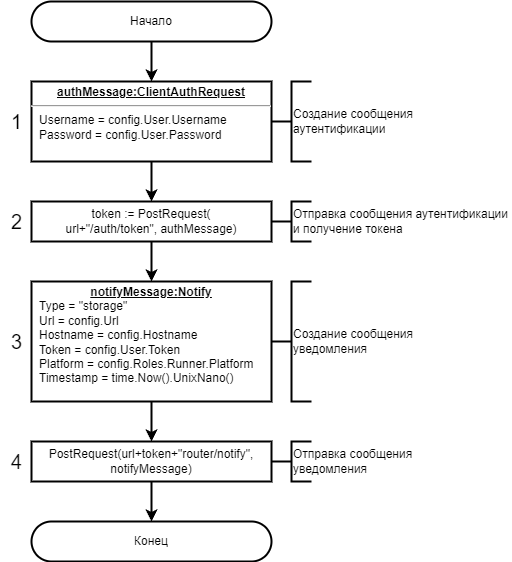
necroin/vss-docs keeps this draw.io diagram as images/algorithm/storage/algorithm-storage-notify-router.drawio.png. Above is the earlier version. Source tidied: cells renumbered, new cells last; positions are measured from the earlier drawing's top-left corner, leaving out a move shared by most shapes. The source it was exported from:
```xml
<mxGraphModel>
  <root>
    <mxCell id="0" />
    <mxCell id="1" parent="0" />
    <mxCell id="2" value="Начало" style="rounded=1;whiteSpace=wrap;html=1;arcSize=50;strokeWidth=2;" parent="1" vertex="1">
      <mxGeometry x="30" width="240" height="40" as="geometry" />
    </mxCell>
    <mxCell id="3" value="token := PostRequest(&lt;br&gt;url+&quot;/auth/token&quot;,&amp;nbsp;&lt;span style=&quot;border-color: var(--border-color);&quot;&gt;authMessage&lt;/span&gt;)" style="rounded=0;whiteSpace=wrap;html=1;strokeWidth=2;" parent="1" vertex="1">
      <mxGeometry x="30" y="200" width="240" height="40" as="geometry" />
    </mxCell>
    <mxCell id="4" style="endArrow=classic;html=1;rounded=0;exitX=0.5;exitY=1;exitDx=0;exitDy=0;entryX=0.5;entryY=0;entryDx=0;entryDy=0;strokeWidth=2;" parent="1" edge="1" source="2" target="9">
      <mxGeometry relative="1" as="geometry" />
    </mxCell>
    <mxCell id="5" style="endArrow=classic;html=1;rounded=0;exitX=0.5;exitY=1;exitDx=0;exitDy=0;entryX=0.5;entryY=0;entryDx=0;entryDy=0;strokeWidth=2;" parent="1" edge="1" source="3" target="11">
      <mxGeometry relative="1" as="geometry" />
    </mxCell>
    <mxCell id="6" value="Конец" style="rounded=1;whiteSpace=wrap;html=1;arcSize=50;strokeWidth=2;" parent="1" vertex="1">
      <mxGeometry x="30" y="520" width="240" height="40" as="geometry" />
    </mxCell>
    <mxCell id="7" value="&lt;div&gt;PostRequest(&lt;span style=&quot;background-color: initial;&quot;&gt;url+token+&quot;router/notify&quot;,&lt;/span&gt;&lt;/div&gt;notifyMessage)&lt;span style=&quot;border-color: var(--border-color);&quot;&gt;&lt;br&gt;&lt;/span&gt;" style="rounded=0;whiteSpace=wrap;html=1;strokeWidth=2;" parent="1" vertex="1">
      <mxGeometry x="30" y="440" width="240" height="40" as="geometry" />
    </mxCell>
    <mxCell id="8" style="endArrow=classic;html=1;rounded=0;exitX=0.5;exitY=1;exitDx=0;exitDy=0;entryX=0.5;entryY=0;entryDx=0;entryDy=0;strokeWidth=2;" parent="1" edge="1" source="7" target="6">
      <mxGeometry relative="1" as="geometry" />
    </mxCell>
    <mxCell id="9" value="&lt;p style=&quot;margin:0px;margin-top:4px;text-align:center;text-decoration:underline;&quot;&gt;&lt;b&gt;authMessage:ClientAuthRequest&lt;/b&gt;&lt;/p&gt;&lt;hr&gt;&lt;p style=&quot;margin:0px;margin-left:8px;&quot;&gt;Username = config.User.Username&lt;br&gt;Password = config.User.Password&lt;br&gt;&lt;/p&gt;" style="verticalAlign=top;align=left;overflow=fill;fontSize=12;fontFamily=Helvetica;html=1;strokeColor=default;strokeWidth=2;fillColor=none;" parent="1" vertex="1">
      <mxGeometry x="30" y="80" width="240" height="80" as="geometry" />
    </mxCell>
    <mxCell id="10" style="endArrow=classic;html=1;rounded=0;exitX=0.5;exitY=1;exitDx=0;exitDy=0;entryX=0.5;entryY=0;entryDx=0;entryDy=0;strokeWidth=2;" parent="1" edge="1" source="9" target="3">
      <mxGeometry relative="1" as="geometry" />
    </mxCell>
    <mxCell id="11" value="&lt;p style=&quot;margin:0px;margin-top:4px;text-align:center;text-decoration:underline;&quot;&gt;&lt;b&gt;notifyMessage:&lt;/b&gt;&lt;b style=&quot;background-color: initial;&quot;&gt;&lt;u&gt;Notify&lt;/u&gt;&lt;/b&gt;&lt;/p&gt;&lt;p style=&quot;margin:0px;margin-left:8px;&quot;&gt;Type = &quot;storage&quot;&lt;/p&gt;&lt;p style=&quot;margin:0px;margin-left:8px;&quot;&gt;&#9;&#9;Url = config.Url&lt;/p&gt;&lt;p style=&quot;margin:0px;margin-left:8px;&quot;&gt;&lt;span style=&quot;&quot;&gt;&#9;&#9;&lt;/span&gt;Hostname = config.Hostname&lt;/p&gt;&lt;p style=&quot;margin:0px;margin-left:8px;&quot;&gt;&lt;span style=&quot;&quot;&gt;&#9;&#9;&lt;/span&gt;Token = config.User.Token&lt;/p&gt;&lt;p style=&quot;margin:0px;margin-left:8px;&quot;&gt;&lt;span style=&quot;&quot;&gt;&#9;&#9;&lt;/span&gt;Platform = config.Roles.Runner.Platform&lt;/p&gt;&lt;p style=&quot;margin:0px;margin-left:8px;&quot;&gt;&lt;span style=&quot;&quot;&gt;&#9;&#9;&lt;/span&gt;Timestamp = time.Now().UnixNano()&lt;/p&gt;" style="verticalAlign=top;align=left;overflow=fill;fontSize=12;fontFamily=Helvetica;html=1;strokeColor=default;strokeWidth=2;fillColor=none;" parent="1" vertex="1">
      <mxGeometry x="30" y="280" width="240" height="120" as="geometry" />
    </mxCell>
    <mxCell id="12" style="endArrow=classic;html=1;rounded=0;exitX=0.5;exitY=1;exitDx=0;exitDy=0;entryX=0.5;entryY=0;entryDx=0;entryDy=0;strokeWidth=2;" parent="1" edge="1" source="11" target="7">
      <mxGeometry relative="1" as="geometry" />
    </mxCell>
    <mxCell id="13" value="2" style="text;html=1;align=center;verticalAlign=middle;strokeColor=none;fillColor=none;fontSize=20;strokeWidth=2;" parent="1" vertex="1">
      <mxGeometry y="200" width="30" height="40" as="geometry" />
    </mxCell>
    <mxCell id="14" value="1" style="text;html=1;align=center;verticalAlign=middle;strokeColor=none;fillColor=none;fontSize=20;strokeWidth=2;" parent="1" vertex="1">
      <mxGeometry y="100" width="30" height="40" as="geometry" />
    </mxCell>
    <mxCell id="15" value="3" style="text;html=1;align=center;verticalAlign=middle;strokeColor=none;fillColor=none;fontSize=20;strokeWidth=2;" parent="1" vertex="1">
      <mxGeometry y="320" width="30" height="40" as="geometry" />
    </mxCell>
    <mxCell id="16" value="4" style="text;html=1;align=center;verticalAlign=middle;strokeColor=none;fillColor=none;fontSize=20;strokeWidth=2;" parent="1" vertex="1">
      <mxGeometry y="440" width="30" height="40" as="geometry" />
    </mxCell>
    <mxCell id="17" style="strokeWidth=2;html=1;shape=mxgraph.flowchart.annotation_2;align=left;labelPosition=right;" parent="1" vertex="1">
      <mxGeometry x="270" y="80" width="40" height="80" as="geometry" />
    </mxCell>
    <mxCell id="18" value="Создание сообщения аутентификации" style="rounded=0;whiteSpace=wrap;html=1;strokeColor=none;fillColor=none;strokeWidth=2;align=left;" parent="1" vertex="1">
      <mxGeometry x="290" y="80" width="140" height="80" as="geometry" />
    </mxCell>
    <mxCell id="19" style="strokeWidth=2;html=1;shape=mxgraph.flowchart.annotation_2;align=left;labelPosition=right;" parent="1" vertex="1">
      <mxGeometry x="270" y="200" width="40" height="40" as="geometry" />
    </mxCell>
    <mxCell id="20" style="strokeWidth=2;html=1;shape=mxgraph.flowchart.annotation_2;align=left;labelPosition=right;" parent="1" vertex="1">
      <mxGeometry x="270" y="440" width="40" height="40" as="geometry" />
    </mxCell>
    <mxCell id="21" value="Отправка сообщения аутентификации и получение токена" style="rounded=0;whiteSpace=wrap;html=1;strokeColor=none;fillColor=none;strokeWidth=2;align=left;" parent="1" vertex="1">
      <mxGeometry x="290" y="200" width="220" height="40" as="geometry" />
    </mxCell>
    <mxCell id="22" value="Отправка сообщения уведомления" style="rounded=0;whiteSpace=wrap;html=1;strokeColor=none;fillColor=none;strokeWidth=2;align=left;" parent="1" vertex="1">
      <mxGeometry x="290" y="440" width="140" height="40" as="geometry" />
    </mxCell>
    <mxCell id="23" style="strokeWidth=2;html=1;shape=mxgraph.flowchart.annotation_2;align=left;labelPosition=right;" parent="1" vertex="1">
      <mxGeometry x="270" y="280" width="40" height="120" as="geometry" />
    </mxCell>
    <mxCell id="24" value="Создание сообщения уведомления" style="rounded=0;whiteSpace=wrap;html=1;strokeColor=none;fillColor=none;strokeWidth=2;align=left;" parent="1" vertex="1">
      <mxGeometry x="290" y="280" width="140" height="120" as="geometry" />
    </mxCell>
  </root>
</mxGraphModel>
```
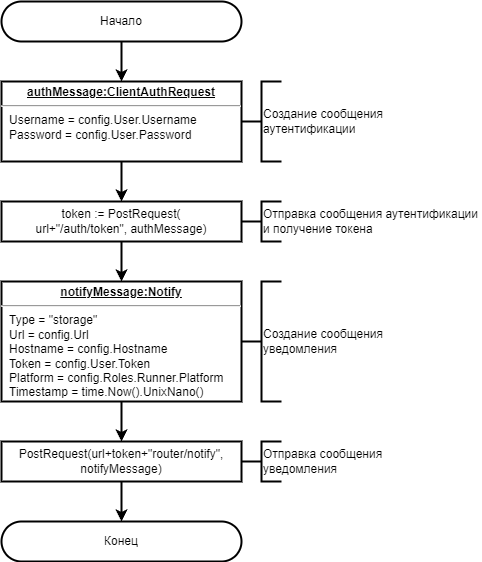
Later version of the same file.

What changed in the source:
```diff
@@ -29,24 +29,9 @@
     <mxCell id="10" style="endArrow=classic;html=1;rounded=0;exitX=0.5;exitY=1;exitDx=0;exitDy=0;entryX=0.5;entryY=0;entryDx=0;entryDy=0;strokeWidth=2;" parent="1" edge="1" source="9" target="3">
       <mxGeometry relative="1" as="geometry" />
     </mxCell>
-    <mxCell id="11" value="&lt;p style=&quot;margin:0px;margin-top:4px;text-align:center;text-decoration:underline;&quot;&gt;&lt;b&gt;notifyMessage:&lt;/b&gt;&lt;b style=&quot;background-color: initial;&quot;&gt;&lt;u&gt;Notify&lt;/u&gt;&lt;/b&gt;&lt;/p&gt;&lt;p style=&quot;margin:0px;margin-left:8px;&quot;&gt;Type = &quot;storage&quot;&lt;/p&gt;&lt;p style=&quot;margin:0px;margin-left:8px;&quot;&gt;&#9;&#9;Url = config.Url&lt;/p&gt;&lt;p style=&quot;margin:0px;margin-left:8px;&quot;&gt;&lt;span style=&quot;&quot;&gt;&#9;&#9;&lt;/span&gt;Hostname = config.Hostname&lt;/p&gt;&lt;p style=&quot;margin:0px;margin-left:8px;&quot;&gt;&lt;span style=&quot;&quot;&gt;&#9;&#9;&lt;/span&gt;Token = config.User.Token&lt;/p&gt;&lt;p style=&quot;margin:0px;margin-left:8px;&quot;&gt;&lt;span style=&quot;&quot;&gt;&#9;&#9;&lt;/span&gt;Platform = config.Roles.Runner.Platform&lt;/p&gt;&lt;p style=&quot;margin:0px;margin-left:8px;&quot;&gt;&lt;span style=&quot;&quot;&gt;&#9;&#9;&lt;/span&gt;Timestamp = time.Now().UnixNano()&lt;/p&gt;" style="verticalAlign=top;align=left;overflow=fill;fontSize=12;fontFamily=Helvetica;html=1;strokeColor=default;strokeWidth=2;fillColor=none;" parent="1" vertex="1">
-      <mxGeometry x="30" y="280" width="240" height="120" as="geometry" />
-    </mxCell>
     <mxCell id="12" style="endArrow=classic;html=1;rounded=0;exitX=0.5;exitY=1;exitDx=0;exitDy=0;entryX=0.5;entryY=0;entryDx=0;entryDy=0;strokeWidth=2;" parent="1" edge="1" source="11" target="7">
       <mxGeometry relative="1" as="geometry" />
     </mxCell>
-    <mxCell id="13" value="2" style="text;html=1;align=center;verticalAlign=middle;strokeColor=none;fillColor=none;fontSize=20;strokeWidth=2;" parent="1" vertex="1">
-      <mxGeometry y="200" width="30" height="40" as="geometry" />
-    </mxCell>
-    <mxCell id="14" value="1" style="text;html=1;align=center;verticalAlign=middle;strokeColor=none;fillColor=none;fontSize=20;strokeWidth=2;" parent="1" vertex="1">
-      <mxGeometry y="100" width="30" height="40" as="geometry" />
-    </mxCell>
-    <mxCell id="15" value="3" style="text;html=1;align=center;verticalAlign=middle;strokeColor=none;fillColor=none;fontSize=20;strokeWidth=2;" parent="1" vertex="1">
-      <mxGeometry y="320" width="30" height="40" as="geometry" />
-    </mxCell>
-    <mxCell id="16" value="4" style="text;html=1;align=center;verticalAlign=middle;strokeColor=none;fillColor=none;fontSize=20;strokeWidth=2;" parent="1" vertex="1">
-      <mxGeometry y="440" width="30" height="40" as="geometry" />
-    </mxCell>
     <mxCell id="17" style="strokeWidth=2;html=1;shape=mxgraph.flowchart.annotation_2;align=left;labelPosition=right;" parent="1" vertex="1">
       <mxGeometry x="270" y="80" width="40" height="80" as="geometry" />
     </mxCell>
@@ -71,5 +56,8 @@
     <mxCell id="24" value="Создание сообщения уведомления" style="rounded=0;whiteSpace=wrap;html=1;strokeColor=none;fillColor=none;strokeWidth=2;align=left;" parent="1" vertex="1">
       <mxGeometry x="290" y="280" width="140" height="120" as="geometry" />
     </mxCell>
+    <mxCell id="11" value="&lt;p style=&quot;margin:0px;margin-top:4px;text-align:center;text-decoration:underline;&quot;&gt;&lt;b style=&quot;border-color: var(--border-color);&quot;&gt;notifyMessage:&lt;/b&gt;&lt;b style=&quot;border-color: var(--border-color); background-color: initial;&quot;&gt;&lt;u style=&quot;border-color: var(--border-color);&quot;&gt;Notify&lt;/u&gt;&lt;/b&gt;&lt;br&gt;&lt;/p&gt;&lt;hr&gt;&lt;p style=&quot;border-color: var(--border-color); margin: 0px 0px 0px 8px;&quot;&gt;Type = &quot;storage&quot;&lt;/p&gt;&lt;p style=&quot;border-color: var(--border-color); margin: 0px 0px 0px 8px;&quot;&gt;Url = config.Url&lt;/p&gt;&lt;p style=&quot;border-color: var(--border-color); margin: 0px 0px 0px 8px;&quot;&gt;Hostname = config.Hostname&lt;/p&gt;&lt;p style=&quot;border-color: var(--border-color); margin: 0px 0px 0px 8px;&quot;&gt;&lt;span style=&quot;border-color: var(--border-color);&quot;&gt;&lt;/span&gt;Token = config.User.Token&lt;/p&gt;&lt;p style=&quot;border-color: var(--border-color); margin: 0px 0px 0px 8px;&quot;&gt;&lt;span style=&quot;border-color: var(--border-color);&quot;&gt;&lt;/span&gt;Platform = config.Roles.Runner.Platform&lt;/p&gt;&lt;p style=&quot;border-color: var(--border-color); margin: 0px 0px 0px 8px;&quot;&gt;&lt;span style=&quot;border-color: var(--border-color);&quot;&gt;&lt;/span&gt;Timestamp = time.Now().UnixNano()&lt;/p&gt;" style="verticalAlign=top;align=left;overflow=fill;fontSize=12;fontFamily=Helvetica;html=1;strokeColor=default;strokeWidth=2;fillColor=none;" parent="1" vertex="1">
+      <mxGeometry x="30" y="280" width="240" height="120" as="geometry" />
+    </mxCell>
   </root>
 </mxGraphModel>
```
